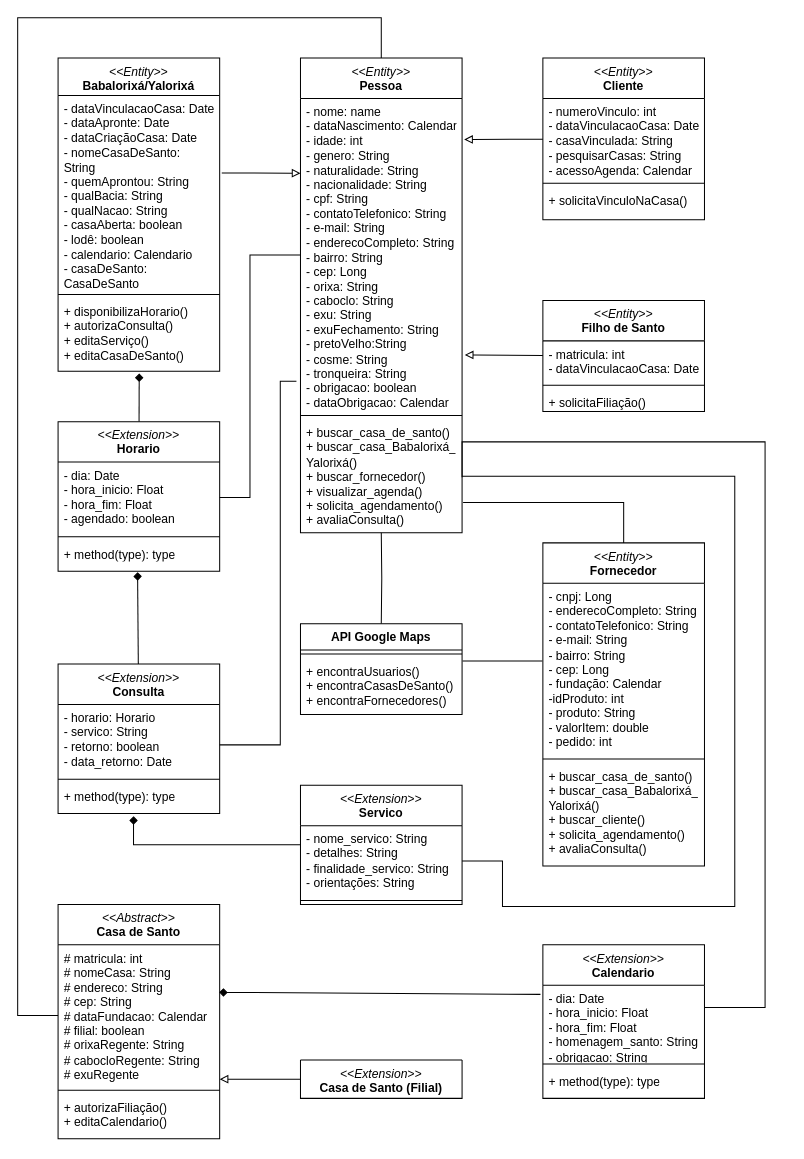
The draw.io diagram Diagrama sem nome.drawio in AlexCarvalhovisk/sarava, before the edit. Source tidied: cells renumbered, new cells numbered last; positions are measured from the earlier drawing's top-left corner, leaving out a move shared by most shapes. Both pictures are drawn from the tidied source at 101%, with x=0, y=0 at pixel (17, 17).
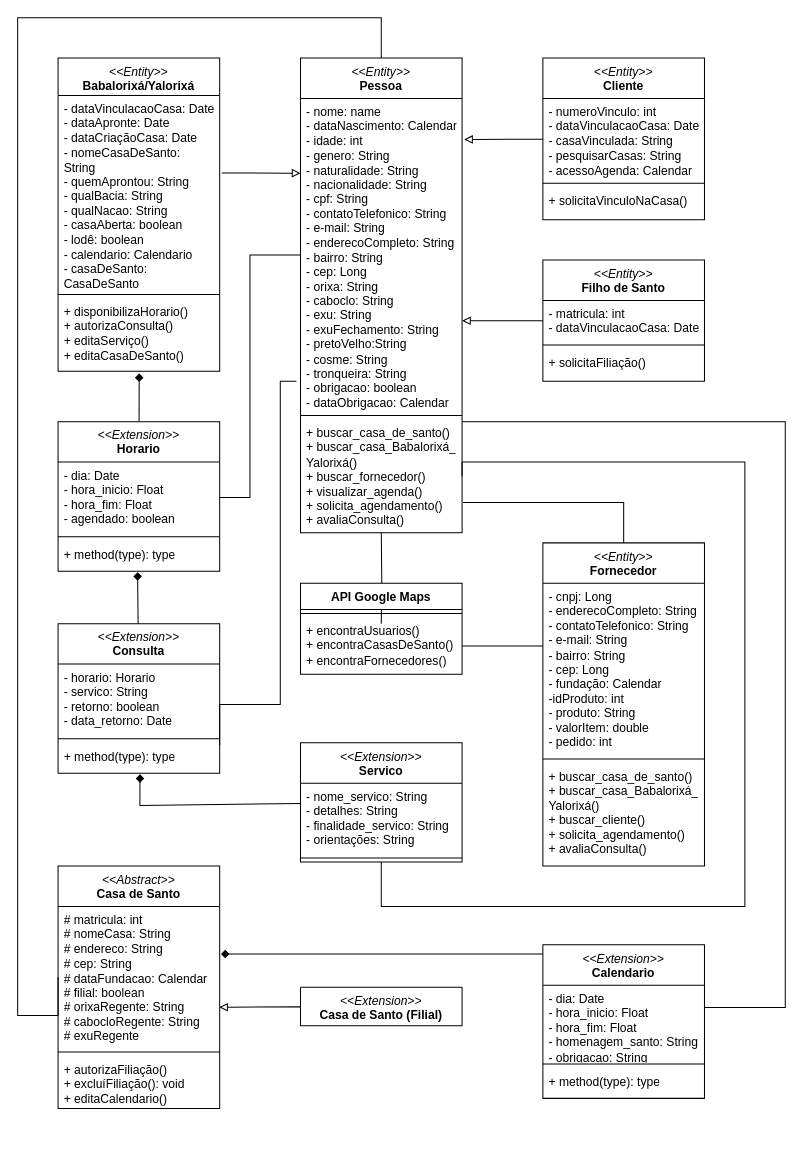
After the change.

Unchanged cells that the change refers to:
```xml
<mxCell id="3" value="- nome: name&lt;br&gt;- dataNascimento: Calendar&lt;br&gt;- idade: int&lt;br&gt;- genero: String&lt;br&gt;- naturalidade: String&lt;br&gt;- nacionalidade: String&lt;br&gt;- cpf: String&lt;br&gt;- contatoTelefonico: String&lt;br&gt;- e-mail: String&lt;br&gt;- enderecoCompleto: String&lt;br&gt;- bairro: String&lt;br&gt;- cep: Long&lt;br&gt;- orixa: String&lt;br style=&quot;border-color: var(--border-color);&quot;&gt;- caboclo: String&lt;br style=&quot;border-color: var(--border-color);&quot;&gt;- exu: String&lt;br&gt;- exuFechamento: String&lt;br&gt;- pretoVelho:String&lt;br&gt;- cosme: String&lt;br&gt;- tronqueira: String&lt;br&gt;- obrigacao: boolean&lt;br&gt;- dataObrigacao: Calendar" style="text;strokeColor=none;fillColor=none;align=left;verticalAlign=top;spacingLeft=4;spacingRight=4;overflow=hidden;points=[[0,0.5],[1,0.5]];portConstraint=eastwest;whiteSpace=wrap;html=1;" parent="2" vertex="1">
  <mxGeometry y="40" width="160" height="310" as="geometry" />
</mxCell>
<mxCell id="5" value="+ buscar_casa_de_santo()&lt;br&gt;+ buscar_casa_Babalorixá_&lt;br&gt;Yalorixá()&lt;br&gt;+ buscar_fornecedor()&lt;br&gt;+ visualizar_agenda()&lt;br&gt;+ solicita_agendamento()&lt;br&gt;+ avaliaConsulta()" style="text;strokeColor=none;fillColor=none;align=left;verticalAlign=top;spacingLeft=4;spacingRight=4;overflow=hidden;points=[[0,0.5],[1,0.5]];portConstraint=eastwest;whiteSpace=wrap;html=1;" parent="2" vertex="1">
  <mxGeometry y="358" width="160" height="112" as="geometry" />
</mxCell>
<mxCell id="17" value="- cnpj: Long&lt;br&gt;- enderecoCompleto: String&lt;br&gt;- contatoTelefonico: String&lt;br&gt;- e-mail: String&lt;br&gt;- bairro: String&lt;br style=&quot;border-color: var(--border-color);&quot;&gt;- cep: Long&lt;br&gt;- fundação: Calendar&lt;br&gt;-idProduto: int&lt;br&gt;- produto: String&lt;br&gt;- valorItem: double&lt;br&gt;- pedido: int" style="text;strokeColor=none;fillColor=none;align=left;verticalAlign=top;spacingLeft=4;spacingRight=4;overflow=hidden;points=[[0,0.5],[1,0.5]];portConstraint=eastwest;whiteSpace=wrap;html=1;" parent="16" vertex="1">
  <mxGeometry y="40" width="160" height="170" as="geometry" />
</mxCell>
<mxCell id="26" value="# matricula: int&lt;br&gt;# nomeCasa: String&lt;br&gt;# endereco: String&lt;br&gt;# cep: String&lt;br&gt;# dataFundacao: Calendar&lt;br&gt;# filial: boolean&lt;br&gt;# orixaRegente: String&lt;br&gt;# cabocloRegente: String&lt;br&gt;# exuRegente" style="text;strokeColor=none;fillColor=none;align=left;verticalAlign=top;spacingLeft=4;spacingRight=4;overflow=hidden;points=[[0,0.5],[1,0.5]];portConstraint=eastwest;whiteSpace=wrap;html=1;" parent="25" vertex="1">
  <mxGeometry y="40" width="160" height="140" as="geometry" />
</mxCell>
<mxCell id="41" value="+ method(type): type" style="text;strokeColor=none;fillColor=none;align=left;verticalAlign=top;spacingLeft=4;spacingRight=4;overflow=hidden;points=[[0,0.5],[1,0.5]];portConstraint=eastwest;whiteSpace=wrap;html=1;" parent="38" vertex="1">
  <mxGeometry y="118" width="160" height="30" as="geometry" />
</mxCell>
<mxCell id="43" value="&lt;i style=&quot;font-weight: 400;&quot;&gt;&amp;lt;&amp;lt;Extension&amp;gt;&amp;gt;&lt;/i&gt;&lt;br&gt;Calendario" style="swimlane;fontStyle=1;align=center;verticalAlign=top;horizontal=1;startSize=40;whiteSpace=wrap;html=1;" parent="1" vertex="1">
  <mxGeometry x="520" y="918" width="160" height="152" as="geometry" />
</mxCell>
<mxCell id="44" value="- dia: Date&lt;br&gt;-&amp;nbsp;hora_inicio: Float&lt;br&gt;-&amp;nbsp;hora_fim: Float&lt;br&gt;-&amp;nbsp;homenagem_santo: String&lt;br&gt;- obrigacao: String" style="text;strokeColor=none;fillColor=none;align=left;verticalAlign=top;spacingLeft=4;spacingRight=4;overflow=hidden;points=[[0,0.5],[1,0.5]];portConstraint=eastwest;whiteSpace=wrap;html=1;" parent="43" vertex="1">
  <mxGeometry y="40" width="160" height="74" as="geometry" />
</mxCell>
<mxCell id="49" value="- nome_servico: String&lt;br&gt;- detalhes: String&lt;br&gt;- finalidade_servico: String&lt;br&gt;- orientações: String" style="text;strokeColor=none;fillColor=none;align=left;verticalAlign=top;spacingLeft=4;spacingRight=4;overflow=hidden;points=[[0,0.5],[1,0.5]];portConstraint=eastwest;whiteSpace=wrap;html=1;" parent="48" vertex="1">
  <mxGeometry y="40" width="160" height="70" as="geometry" />
</mxCell>
<mxCell id="59" value="+ encontraUsuarios()&lt;br&gt;+ encontraCasasDeSanto()&lt;br&gt;+ encontraFornecedores()" style="text;strokeColor=none;fillColor=none;align=left;verticalAlign=top;spacingLeft=4;spacingRight=4;overflow=hidden;points=[[0,0.5],[1,0.5]];portConstraint=eastwest;whiteSpace=wrap;html=1;" parent="57" vertex="1">
  <mxGeometry y="34" width="160" height="56" as="geometry" />
</mxCell>
```

Diff of the diagram source:
```diff
@@
-    <mxCell id="6" style="rounded=0;jettySize=auto;html=1;endArrow=block;endFill=0;entryX=1.017;entryY=0.819;entryDx=0;entryDy=0;entryPerimeter=0;" parent="1" edge="1" source="7" target="3">
+    <mxCell id="6" style="rounded=0;jettySize=auto;html=1;endArrow=block;endFill=0;entryX=1;entryY=0.71;entryDx=0;entryDy=0;entryPerimeter=0;" parent="1" edge="1" source="7" target="3">
       <mxGeometry relative="1" as="geometry" />
     </mxCell>
     <mxCell id="7" value="&lt;i style=&quot;border-color: var(--border-color); font-weight: 400;&quot;&gt;&amp;lt;&amp;lt;Entity&amp;gt;&amp;gt;&lt;/i&gt;&lt;br&gt;Filho de Santo" style="swimlane;fontStyle=1;align=center;verticalAlign=top;horizontal=1;startSize=40;whiteSpace=wrap;html=1;" parent="1" vertex="1">
-      <mxGeometry x="520" y="280" width="160" height="110" as="geometry" />
+      <mxGeometry x="520" y="240" width="160" height="120" as="geometry" />
     </mxCell>
@@
     <mxCell id="10" value="+ solicitaFiliação()" style="text;strokeColor=none;fillColor=none;align=left;verticalAlign=top;spacingLeft=4;spacingRight=4;overflow=hidden;whiteSpace=wrap;html=1;" parent="7" vertex="1">
-      <mxGeometry y="88" width="160" height="22" as="geometry" />
+      <mxGeometry y="88" width="160" height="32" as="geometry" />
     </mxCell>
@@
     <mxCell id="25" value="&lt;span style=&quot;font-weight: normal;&quot;&gt;&lt;i&gt;&amp;lt;&amp;lt;Abstract&amp;gt;&amp;gt;&lt;/i&gt;&lt;/span&gt;&lt;br&gt;Casa de Santo" style="swimlane;fontStyle=1;align=center;verticalAlign=top;horizontal=1;startSize=40;whiteSpace=wrap;html=1;" parent="1" vertex="1">
-      <mxGeometry x="40" y="878" width="160" height="232" as="geometry" />
+      <mxGeometry x="40" y="840" width="160" height="240" as="geometry" />
     </mxCell>
@@
-    <mxCell id="28" value="+ autorizaFiliação()&lt;br&gt;+ editaCalendario()" style="text;strokeColor=none;fillColor=none;align=left;verticalAlign=top;spacingLeft=4;spacingRight=4;overflow=hidden;whiteSpace=wrap;html=1;" parent="25" vertex="1">
-      <mxGeometry y="188" width="160" height="44" as="geometry" />
+    <mxCell id="28" value="+ autorizaFiliação()&lt;br&gt;+ excluíFiliação(): void&lt;br&gt;+ editaCalendario()" style="text;strokeColor=none;fillColor=none;align=left;verticalAlign=top;spacingLeft=4;spacingRight=4;overflow=hidden;whiteSpace=wrap;html=1;" parent="25" vertex="1">
+      <mxGeometry y="188" width="160" height="52" as="geometry" />
     </mxCell>
-    <mxCell id="29" style="rounded=0;jettySize=auto;html=1;endArrow=block;endFill=0;" parent="1" edge="1" source="30">
-      <mxGeometry relative="1" as="geometry">
-        <mxPoint x="200" y="1051" as="targetPoint" />
-      </mxGeometry>
+    <mxCell id="29" style="rounded=0;jettySize=auto;html=1;endArrow=block;endFill=0;entryX=0.997;entryY=0.713;entryDx=0;entryDy=0;entryPerimeter=0;" parent="1" edge="1" source="30" target="26">
+      <mxGeometry relative="1" as="geometry" />
     </mxCell>
     <mxCell id="30" value="&lt;span style=&quot;font-weight: normal;&quot;&gt;&lt;i&gt;&amp;lt;&amp;lt;Extension&amp;gt;&amp;gt;&lt;/i&gt;&lt;/span&gt;&lt;br&gt;Casa de Santo (Filial)" style="swimlane;fontStyle=1;align=center;verticalAlign=top;horizontal=1;startSize=0;whiteSpace=wrap;html=1;" parent="1" vertex="1" collapsed="1">
-      <mxGeometry x="280" y="1032" width="160" height="38" as="geometry" />
+      <mxGeometry x="280" y="960" width="160" height="38" as="geometry" />
     </mxCell>
@@
     <mxCell id="38" value="&lt;i style=&quot;font-weight: 400;&quot;&gt;&amp;lt;&amp;lt;Extension&amp;gt;&amp;gt;&lt;/i&gt;&lt;br&gt;Consulta" style="swimlane;fontStyle=1;align=center;verticalAlign=top;horizontal=1;startSize=40;whiteSpace=wrap;html=1;" parent="1" vertex="1">
-      <mxGeometry x="40" y="640" width="160" height="148" as="geometry" />
+      <mxGeometry x="40" y="600" width="160" height="148" as="geometry" />
     </mxCell>
@@
     <mxCell id="42" style="edgeStyle=orthogonalEdgeStyle;rounded=0;jettySize=auto;html=1;endArrow=none;endFill=0;" parent="1" edge="1" source="43">
       <mxGeometry relative="1" as="geometry">
-        <mxPoint x="440" y="455" as="targetPoint" />
+        <mxPoint x="440" y="400" as="targetPoint" />
         <Array as="points">
-          <mxPoint x="740" y="980" />
-          <mxPoint x="740" y="420" />
-          <mxPoint x="440" y="420" />
+          <mxPoint x="760" y="980" />
+          <mxPoint x="760" y="400" />
         </Array>
       </mxGeometry>
     </mxCell>
@@
-    <mxCell id="47" style="edgeStyle=orthogonalEdgeStyle;rounded=0;jettySize=auto;html=1;entryX=0.467;entryY=1.087;entryDx=0;entryDy=0;entryPerimeter=0;endArrow=diamond;endFill=1;" parent="1" edge="1" source="48" target="41">
+    <mxCell id="47" style="rounded=0;jettySize=auto;html=1;endArrow=diamond;endFill=1;entryX=0.507;entryY=1.033;entryDx=0;entryDy=0;entryPerimeter=0;" parent="1" edge="1" source="48" target="41">
       <mxGeometry relative="1" as="geometry">
         <Array as="points">
-          <mxPoint x="115" y="819" />
+          <mxPoint x="121" y="780" />
         </Array>
       </mxGeometry>
     </mxCell>
     <mxCell id="48" value="&lt;i style=&quot;font-weight: 400;&quot;&gt;&amp;lt;&amp;lt;Extension&amp;gt;&amp;gt;&lt;/i&gt;&lt;br&gt;Servico" style="swimlane;fontStyle=1;align=center;verticalAlign=top;horizontal=1;startSize=40;whiteSpace=wrap;html=1;" parent="1" vertex="1">
-      <mxGeometry x="280" y="760" width="160" height="118" as="geometry" />
+      <mxGeometry x="280" y="718" width="160" height="118" as="geometry" />
     </mxCell>
@@
-    <mxCell id="52" style="rounded=0;jettySize=auto;html=1;endArrow=diamond;endFill=1;exitX=-0.015;exitY=0.122;exitDx=0;exitDy=0;exitPerimeter=0;entryX=0.997;entryY=0.336;entryDx=0;entryDy=0;entryPerimeter=0;" parent="1" edge="1" source="44" target="26">
+    <mxCell id="52" style="rounded=0;jettySize=auto;html=1;endArrow=diamond;endFill=1;exitX=0;exitY=0.059;exitDx=0;exitDy=0;exitPerimeter=0;entryX=1.008;entryY=0.336;entryDx=0;entryDy=0;entryPerimeter=0;" parent="1" edge="1" source="43" target="26">
       <mxGeometry relative="1" as="geometry" />
     </mxCell>
@@
     <mxCell id="55" style="edgeStyle=orthogonalEdgeStyle;rounded=0;orthogonalLoop=1;jettySize=auto;html=1;endArrow=none;endFill=0;" parent="1" edge="1">
       <mxGeometry relative="1" as="geometry">
         <mxPoint x="276" y="360" as="sourcePoint" />
         <mxPoint x="200" y="720" as="targetPoint" />
         <Array as="points">
           <mxPoint x="260" y="360" />
-          <mxPoint x="260" y="720" />
-          <mxPoint x="200" y="720" />
+          <mxPoint x="260" y="680" />
+          <mxPoint x="200" y="680" />
         </Array>
       </mxGeometry>
     </mxCell>
-    <mxCell id="56" style="edgeStyle=orthogonalEdgeStyle;rounded=0;jettySize=auto;html=1;entryX=1;entryY=0.5;entryDx=0;entryDy=0;endArrow=none;endFill=0;exitX=1;exitY=0.5;exitDx=0;exitDy=0;" parent="1" edge="1" source="49" target="5">
+    <mxCell id="56" style="edgeStyle=orthogonalEdgeStyle;rounded=0;jettySize=auto;html=1;entryX=1;entryY=0.5;entryDx=0;entryDy=0;endArrow=none;endFill=0;exitX=0.5;exitY=1;exitDx=0;exitDy=0;" parent="1" edge="1" source="48" target="5">
       <mxGeometry relative="1" as="geometry">
         <Array as="points">
-          <mxPoint x="480" y="835" />
-          <mxPoint x="480" y="880" />
-          <mxPoint x="710" y="880" />
-          <mxPoint x="710" y="454" />
+          <mxPoint x="360" y="880" />
+          <mxPoint x="720" y="880" />
+          <mxPoint x="720" y="440" />
+          <mxPoint x="440" y="440" />
         </Array>
       </mxGeometry>
     </mxCell>
     <mxCell id="57" value="API Google Maps" style="swimlane;fontStyle=1;align=center;verticalAlign=top;horizontal=1;startSize=26;whiteSpace=wrap;html=1;" parent="1" vertex="1">
-      <mxGeometry x="280" y="600" width="160" height="90" as="geometry" />
+      <mxGeometry x="280" y="560" width="160" height="90" as="geometry" />
     </mxCell>
@@
-    <mxCell id="60" style="rounded=0;jettySize=auto;html=1;entryX=-0.003;entryY=0.453;entryDx=0;entryDy=0;entryPerimeter=0;endArrow=none;endFill=0;exitX=1.003;exitY=0.054;exitDx=0;exitDy=0;exitPerimeter=0;" parent="1" edge="1" source="59" target="17">
-      <mxGeometry relative="1" as="geometry" />
+    <mxCell id="60" style="rounded=0;jettySize=auto;html=1;endArrow=none;endFill=0;exitX=1;exitY=0.5;exitDx=0;exitDy=0;" parent="1" edge="1" source="59">
+      <mxGeometry relative="1" as="geometry">
+        <mxPoint x="520" y="622" as="targetPoint" />
+      </mxGeometry>
     </mxCell>
```
